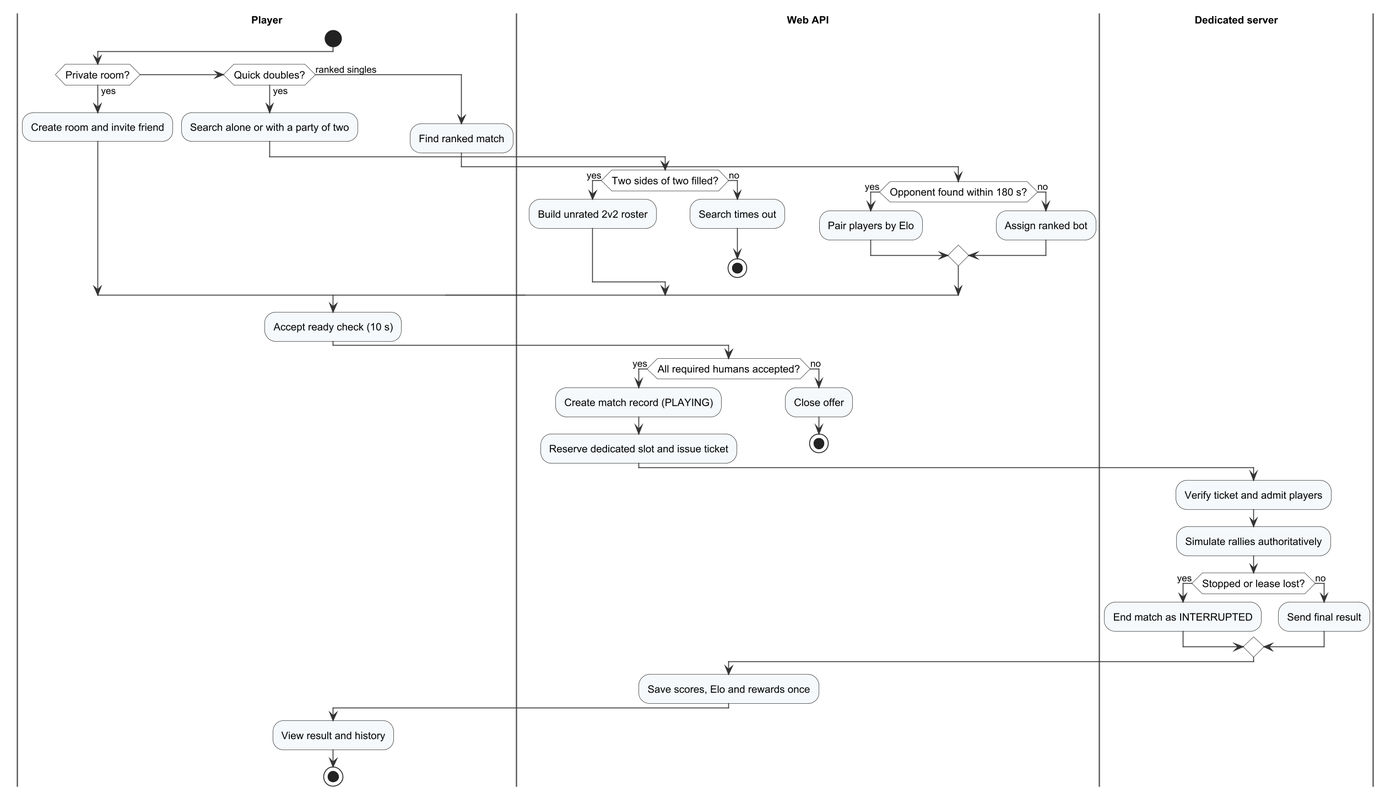
Above: Doc/Project_report/Report/diagrams/png/r4_act_w03.png in Tad-Min/PickleVerse (PlantUML), before the change. Source of this version:
```plantuml
@startuml r4_act_w03
!include _style.iuml
|Player|
start
if (Private room?) then (yes)
  :Create room and invite friend;
elseif (Quick doubles?) then (yes)
  :Search alone or with a party of two;
  |Web API|
  if (Two sides of two filled?) then (yes)
    :Build unrated 2v2 roster;
  else (no)
    :Search times out;
    stop
  endif
else (ranked singles)
  |Player|
  :Find ranked match;
  |Web API|
  if (Opponent found within 180 s?) then (yes)
    :Pair players by Elo;
  else (no)
    :Assign ranked bot;
  endif
endif
|Player|
:Accept ready check (10 s);
|Web API|
if (All required humans accepted?) then (yes)
  :Create match record (PLAYING);
  :Reserve dedicated slot and issue ticket;
else (no)
  :Close offer;
  stop
endif
|Dedicated server|
:Verify ticket and admit players;
:Simulate rallies authoritatively;
if (Stopped or lease lost?) then (yes)
  :End match as INTERRUPTED;
else (no)
  :Send final result;
endif
|Web API|
:Save scores, Elo and rewards once;
|Player|
:View result and history;
stop
@enduml
```
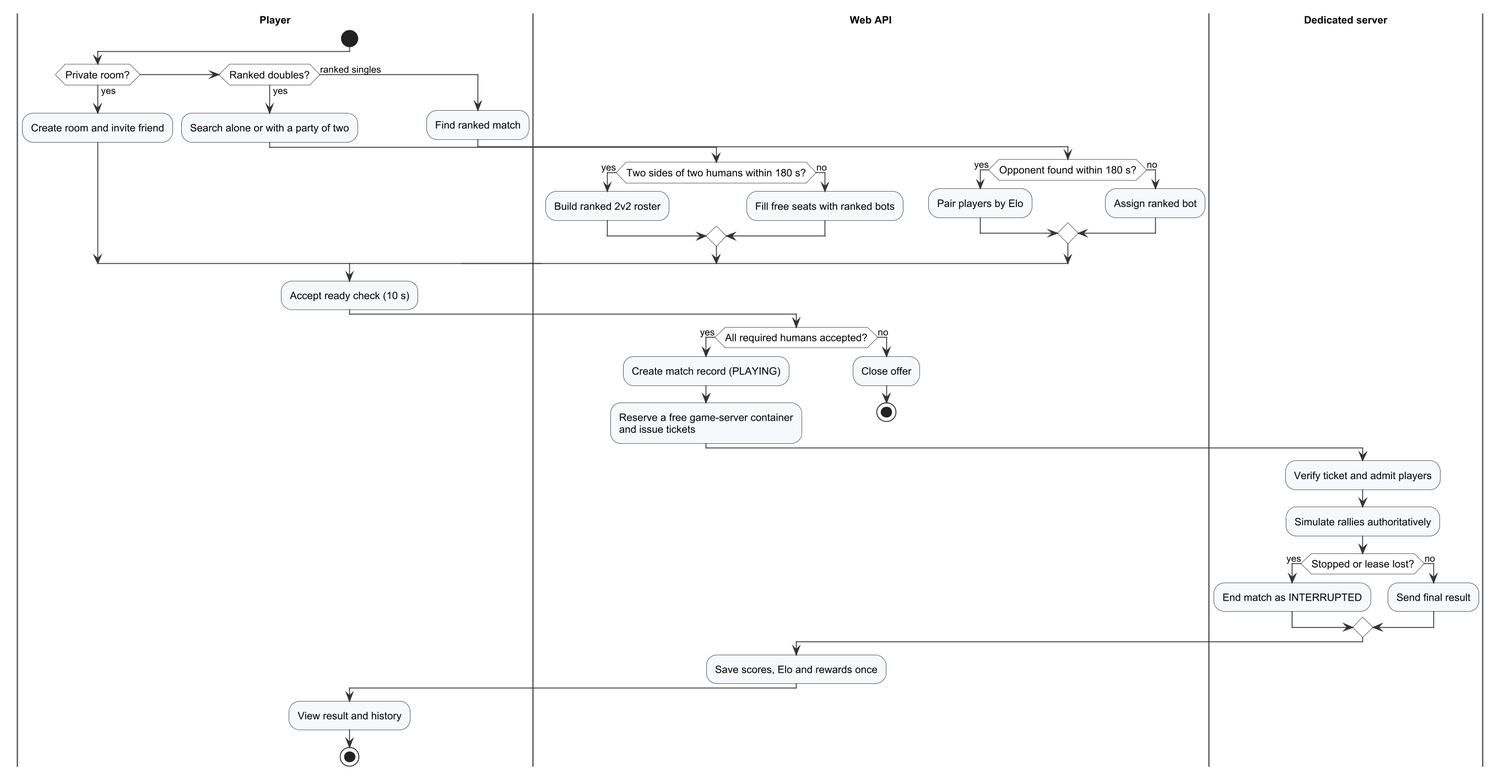
The same file after the commit.

What changed in the source:
```diff
@@ -4,14 +4,13 @@
 start
 if (Private room?) then (yes)
   :Create room and invite friend;
-elseif (Quick doubles?) then (yes)
+elseif (Ranked doubles?) then (yes)
   :Search alone or with a party of two;
   |Web API|
-  if (Two sides of two filled?) then (yes)
-    :Build unrated 2v2 roster;
+  if (Two sides of two humans within 180 s?) then (yes)
+    :Build ranked 2v2 roster;
   else (no)
-    :Search times out;
-    stop
+    :Fill free seats with ranked bots;
   endif
 else (ranked singles)
   |Player|
@@ -28,7 +27,7 @@
 |Web API|
 if (All required humans accepted?) then (yes)
   :Create match record (PLAYING);
-  :Reserve dedicated slot and issue ticket;
+  :Reserve a free game-server container\nand issue tickets;
 else (no)
   :Close offer;
   stop
```
